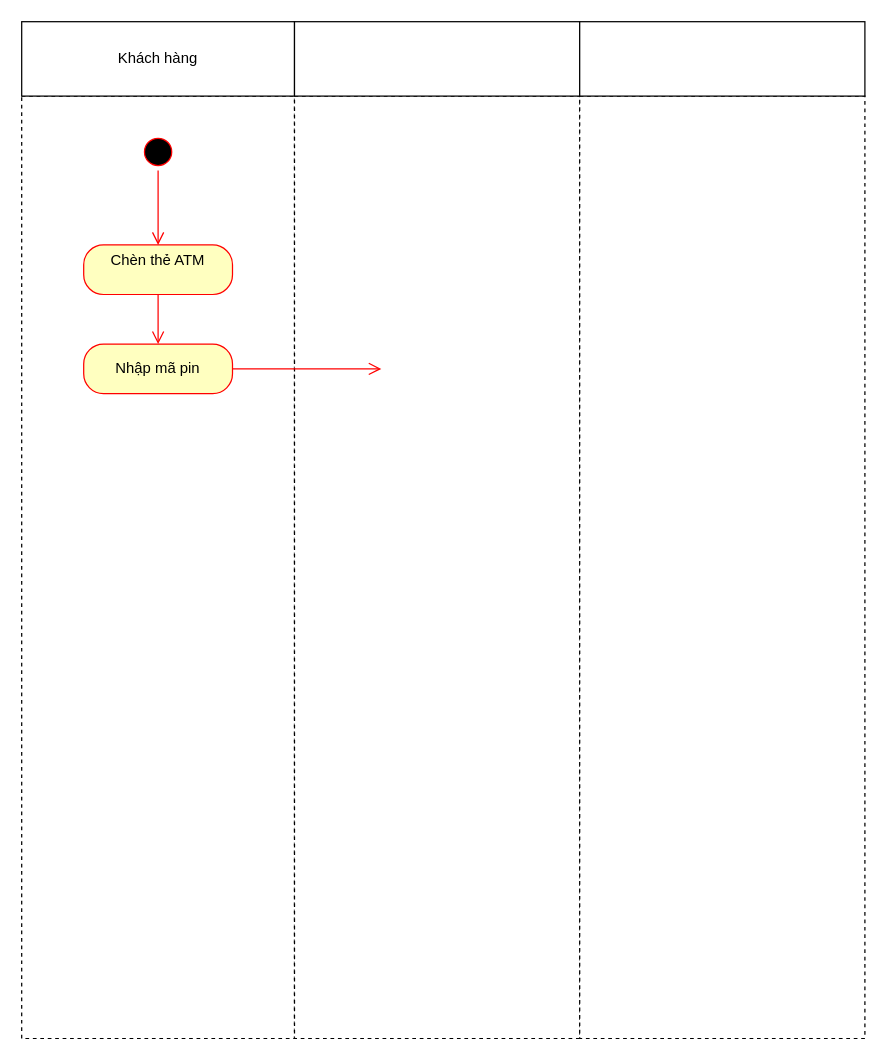
NgoAnhThanThien/thanthien123 keeps this draw.io diagram as Activity_Diagram_BIeudohd_RUTTIENMAYATM.drawio. Above is the earlier version. Source tidied: cells renumbered, new cells numbered last; positions are measured from the earlier drawing's top-left corner, leaving out a move shared by most shapes. Both pictures are drawn from the tidied source at 124%, with x=0, y=0 at pixel (21, 21).
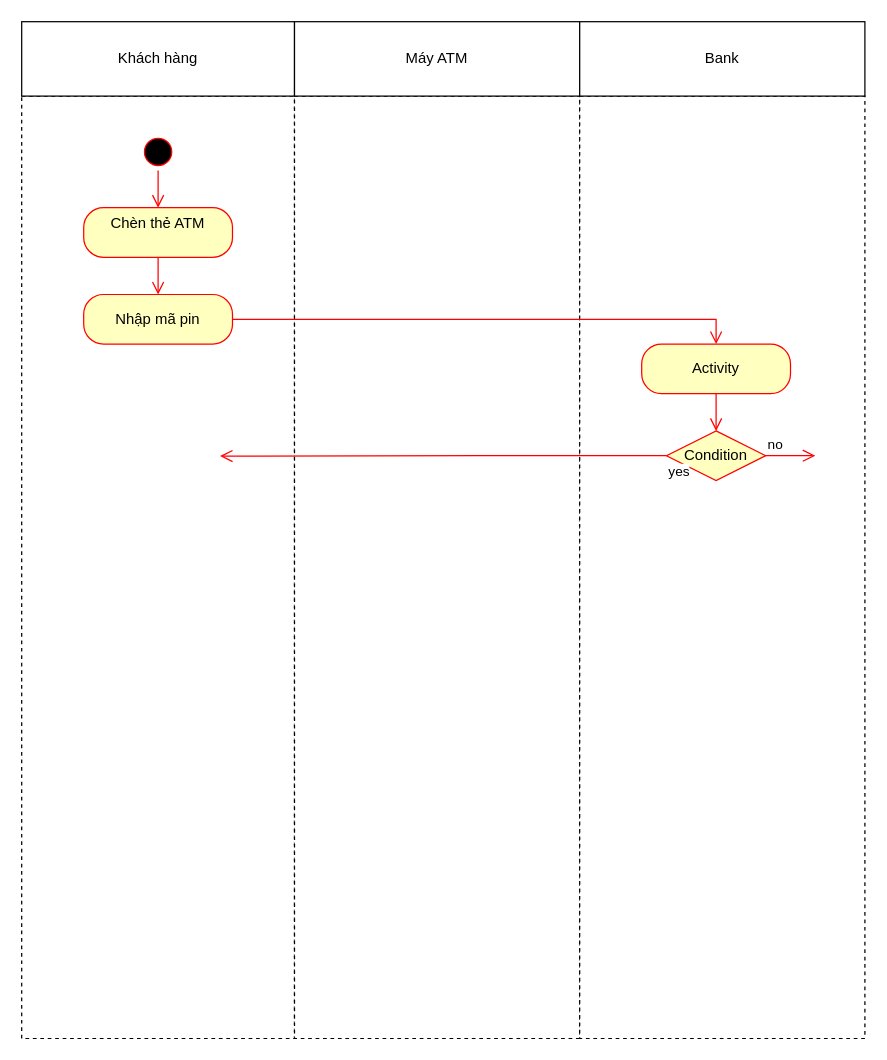
The same page after the edit.

What changed in the source:
```diff
@@
 <mxGraphModel>
   <root>
     <mxCell id="0" />
     <mxCell id="1" parent="0" />
     <mxCell id="2" style="rounded=0;whiteSpace=wrap;html=1;dashed=1;" parent="1" vertex="1">
       <mxGeometry y="60" width="220" height="760" as="geometry" />
     </mxCell>
     <mxCell id="3" style="rounded=0;whiteSpace=wrap;html=1;dashed=1;" parent="1" vertex="1">
       <mxGeometry x="220" y="60" width="230" height="760" as="geometry" />
     </mxCell>
     <mxCell id="4" style="rounded=0;whiteSpace=wrap;html=1;dashed=1;" parent="1" vertex="1">
       <mxGeometry x="450" y="60" width="230" height="760" as="geometry" />
     </mxCell>
     <mxCell id="5" value="Khách hàng" style="rounded=0;whiteSpace=wrap;html=1;" parent="1" vertex="1">
       <mxGeometry width="220" height="60" as="geometry" />
     </mxCell>
-    <mxCell id="6" style="rounded=0;whiteSpace=wrap;html=1;" parent="1" vertex="1">
+    <mxCell id="6" value="Máy ATM" style="rounded=0;whiteSpace=wrap;html=1;" parent="1" vertex="1">
       <mxGeometry x="220" width="230" height="60" as="geometry" />
     </mxCell>
-    <mxCell id="7" style="rounded=0;whiteSpace=wrap;html=1;" parent="1" vertex="1">
+    <mxCell id="7" value="Bank" style="rounded=0;whiteSpace=wrap;html=1;" parent="1" vertex="1">
       <mxGeometry x="450" width="230" height="60" as="geometry" />
     </mxCell>
     <mxCell id="8" style="ellipse;html=1;shape=startState;fillColor=#000000;strokeColor=#ff0000;" parent="1" vertex="1">
       <mxGeometry x="95" y="90" width="30" height="30" as="geometry" />
     </mxCell>
     <mxCell id="9" style="edgeStyle=orthogonalEdgeStyle;html=1;verticalAlign=bottom;endArrow=open;endSize=8;strokeColor=#ff0000;rounded=0;entryX=0.5;entryY=0;entryDx=0;entryDy=0;" parent="1" edge="1" source="8" target="10">
       <mxGeometry relative="1" as="geometry" />
     </mxCell>
     <mxCell id="10" value="Chèn thẻ ATM&lt;br&gt;&lt;div&gt;&lt;span style=&quot;color: rgba(0, 0, 0, 0); font-family: monospace; font-size: 0px; text-align: start; text-wrap-mode: nowrap;&quot;&gt;&lt;br&gt;&lt;/span&gt;&lt;/div&gt;" style="rounded=1;whiteSpace=wrap;html=1;arcSize=40;fontColor=#000000;fillColor=#ffffc0;strokeColor=#ff0000;" parent="1" vertex="1">
-      <mxGeometry x="50" y="180" width="120" height="40" as="geometry" />
+      <mxGeometry x="50" y="150" width="120" height="40" as="geometry" />
     </mxCell>
     <mxCell id="11" style="edgeStyle=orthogonalEdgeStyle;html=1;verticalAlign=bottom;endArrow=open;endSize=8;strokeColor=#ff0000;rounded=0;entryX=0.5;entryY=0;entryDx=0;entryDy=0;" parent="1" edge="1" source="10" target="12">
       <mxGeometry relative="1" as="geometry" />
     </mxCell>
     <mxCell id="12" value="Nhập mã pin" style="rounded=1;whiteSpace=wrap;html=1;arcSize=40;fontColor=#000000;fillColor=#ffffc0;strokeColor=#ff0000;" parent="1" vertex="1">
-      <mxGeometry x="50" y="260" width="120" height="40" as="geometry" />
+      <mxGeometry x="50" y="220" width="120" height="40" as="geometry" />
     </mxCell>
-    <mxCell id="13" style="edgeStyle=orthogonalEdgeStyle;html=1;verticalAlign=bottom;endArrow=open;endSize=8;strokeColor=#ff0000;rounded=0;exitX=1;exitY=0.5;exitDx=0;exitDy=0;" parent="1" edge="1" source="12">
-      <mxGeometry relative="1" as="geometry">
-        <mxPoint x="290" y="280" as="targetPoint" />
-      </mxGeometry>
+    <mxCell id="13" style="edgeStyle=orthogonalEdgeStyle;html=1;verticalAlign=bottom;endArrow=open;endSize=8;strokeColor=#ff0000;rounded=0;exitX=1;exitY=0.5;exitDx=0;exitDy=0;entryX=0.5;entryY=0;entryDx=0;entryDy=0;" parent="1" edge="1" source="12" target="14">
+      <mxGeometry relative="1" as="geometry" />
     </mxCell>
+    <mxCell id="14" value="Activity" style="rounded=1;whiteSpace=wrap;html=1;arcSize=40;fontColor=#000000;fillColor=#ffffc0;strokeColor=#ff0000;" parent="1" vertex="1">
+      <mxGeometry x="500" y="260" width="120" height="40" as="geometry" />
+    </mxCell>
+    <mxCell id="15" style="edgeStyle=orthogonalEdgeStyle;html=1;verticalAlign=bottom;endArrow=open;endSize=8;strokeColor=#ff0000;rounded=0;entryX=0.5;entryY=0;entryDx=0;entryDy=0;" parent="1" edge="1" source="14" target="16">
+      <mxGeometry relative="1" as="geometry" />
+    </mxCell>
+    <mxCell id="16" value="Condition" style="rhombus;whiteSpace=wrap;html=1;fontColor=#000000;fillColor=#ffffc0;strokeColor=#ff0000;" parent="1" vertex="1">
+      <mxGeometry x="520" y="330" width="80" height="40" as="geometry" />
+    </mxCell>
+    <mxCell id="17" value="no" style="edgeStyle=orthogonalEdgeStyle;html=1;align=left;verticalAlign=bottom;endArrow=open;endSize=8;strokeColor=#ff0000;rounded=0;" parent="1" edge="1" source="16">
+      <mxGeometry x="-1" relative="1" as="geometry">
+        <mxPoint x="640" y="350" as="targetPoint" />
+      </mxGeometry>
+    </mxCell>
+    <mxCell id="18" value="yes" style="edgeStyle=orthogonalEdgeStyle;html=1;align=left;verticalAlign=top;endArrow=open;endSize=8;strokeColor=#ff0000;rounded=0;entryX=0.727;entryY=0.382;entryDx=0;entryDy=0;entryPerimeter=0;" parent="1" edge="1" source="16" target="2">
+      <mxGeometry x="-1" relative="1" as="geometry" />
+    </mxCell>
   </root>
 </mxGraphModel>
```
